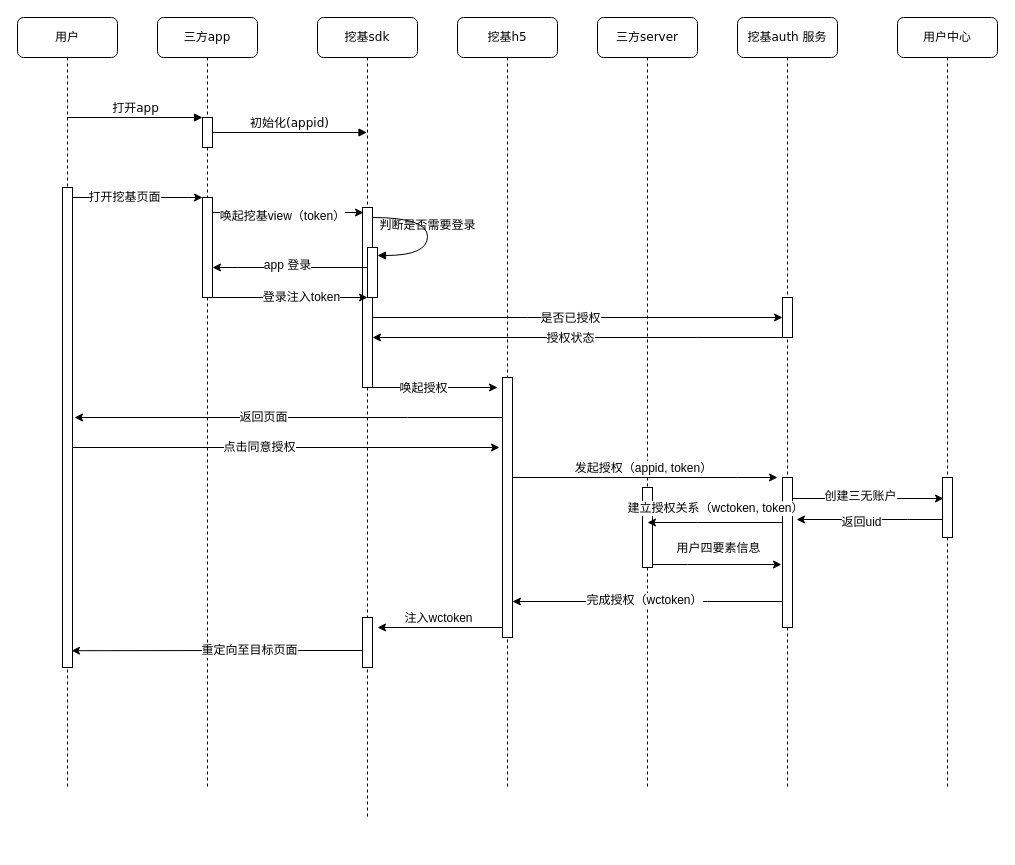
This is sdk-授权接入.drawio from ytyszxf/angular2-webpack-starter, a draw.io file, before an edit. Source tidied: cells renumbered, new cells numbered last; positions are measured from the earlier drawing's top-left corner, leaving out a move shared by most shapes. Both pictures are drawn from the tidied source at 100%, with x=0, y=0 at pixel (17, 17).
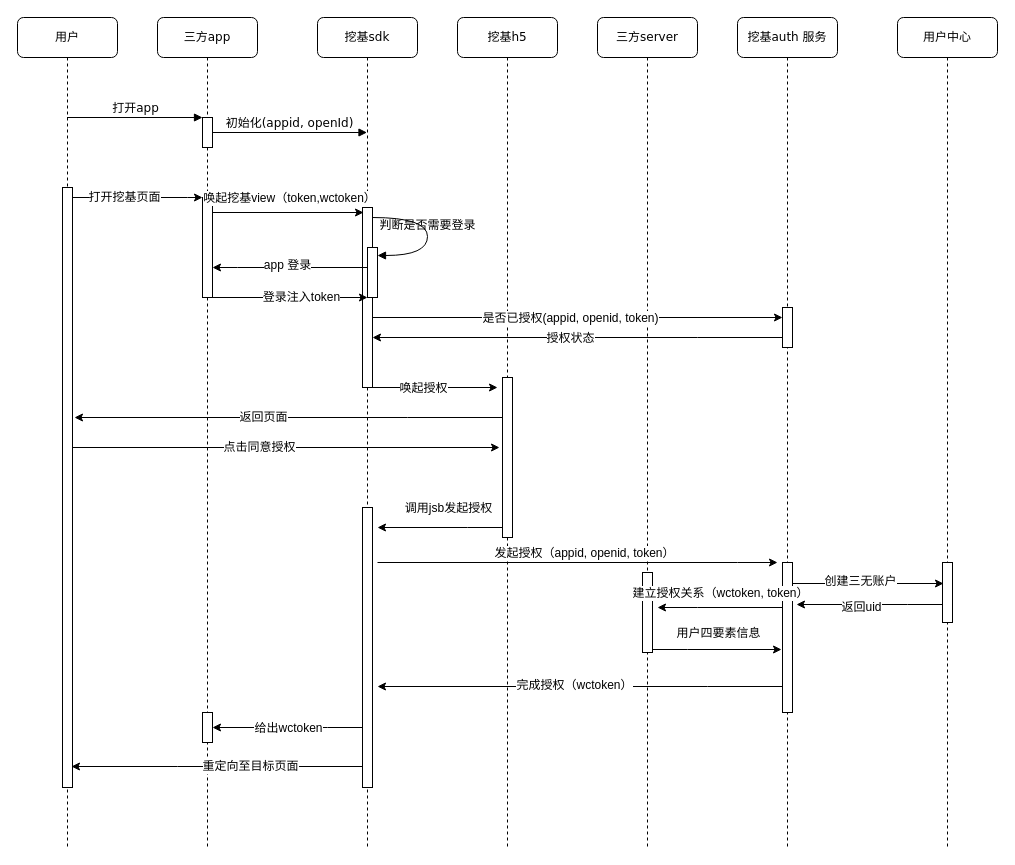
After the change.

Unchanged cells that the change refers to:
```xml
<mxCell id="3" style="html=1;points=[];perimeter=orthogonalPerimeter;rounded=0;shadow=0;comic=0;labelBackgroundColor=none;strokeColor=#000000;strokeWidth=1;fillColor=#FFFFFF;fontFamily=Verdana;fontSize=12;fontColor=#000000;align=center;" parent="2" vertex="1">
  <mxGeometry x="45" y="100" width="10" height="30" as="geometry" />
</mxCell>
<mxCell id="21" style="edgeStyle=orthogonalEdgeStyle;rounded=0;jettySize=auto;html=1;" parent="1" edge="1" source="4">
  <mxGeometry relative="1" as="geometry">
    <mxPoint x="346" y="195" as="targetPoint" />
    <Array as="points">
      <mxPoint x="346" y="195" />
    </Array>
  </mxGeometry>
</mxCell>
<mxCell id="27" style="edgeStyle=orthogonalEdgeStyle;rounded=0;jettySize=auto;html=1;" parent="1" edge="1" source="6" target="13">
  <mxGeometry relative="1" as="geometry">
    <Array as="points">
      <mxPoint x="510" y="300" />
      <mxPoint x="510" y="300" />
    </Array>
  </mxGeometry>
</mxCell>
```

Diff of the diagram source:
```diff
@@
     <mxCell id="2" value="三方app" style="shape=umlLifeline;perimeter=lifelinePerimeter;whiteSpace=wrap;html=1;rounded=1;shadow=0;comic=0;labelBackgroundColor=none;strokeColor=#000000;strokeWidth=1;fillColor=#FFFFFF;fontFamily=Verdana;fontSize=12;fontColor=#000000;align=center;" parent="1" vertex="1">
-      <mxGeometry x="140" width="100" height="770" as="geometry" />
+      <mxGeometry x="140" width="100" height="830" as="geometry" />
     </mxCell>
@@
+    <mxCell id="57" style="html=1;points=[];perimeter=orthogonalPerimeter;rounded=0;shadow=0;comic=0;labelBackgroundColor=none;strokeColor=#000000;strokeWidth=1;fillColor=#FFFFFF;fontFamily=Verdana;fontSize=12;fontColor=#000000;align=center;" parent="2" vertex="1">
+      <mxGeometry x="45" y="695" width="10" height="30" as="geometry" />
+    </mxCell>
     <mxCell id="5" value="挖基sdk" style="shape=umlLifeline;perimeter=lifelinePerimeter;whiteSpace=wrap;html=1;outlineConnect=0;rounded=1;shadow=0;comic=0;labelBackgroundColor=none;strokeColor=#000000;strokeWidth=1;fillColor=#FFFFFF;fontFamily=Verdana;fontSize=12;fontColor=#000000;align=center;" parent="1" vertex="1">
-      <mxGeometry x="300" width="100" height="800" as="geometry" />
+      <mxGeometry x="300" width="100" height="830" as="geometry" />
     </mxCell>
@@
     <mxCell id="7" style="html=1;points=[];perimeter=orthogonalPerimeter;rounded=0;shadow=0;comic=0;labelBackgroundColor=none;strokeColor=#000000;strokeWidth=1;fillColor=#FFFFFF;fontFamily=Verdana;fontSize=12;fontColor=#000000;align=center;" parent="5" vertex="1">
-      <mxGeometry x="45" y="600" width="10" height="50" as="geometry" />
+      <mxGeometry x="45" y="490" width="10" height="280" as="geometry" />
     </mxCell>
     <mxCell id="8" value="挖基h5" style="shape=umlLifeline;perimeter=lifelinePerimeter;whiteSpace=wrap;html=1;rounded=1;shadow=0;comic=0;labelBackgroundColor=none;strokeColor=#000000;strokeWidth=1;fillColor=#FFFFFF;fontFamily=Verdana;fontSize=12;fontColor=#000000;align=center;" parent="1" vertex="1">
-      <mxGeometry x="440" width="100" height="770" as="geometry" />
+      <mxGeometry x="440" width="100" height="830" as="geometry" />
     </mxCell>
     <mxCell id="9" style="html=1;points=[];perimeter=orthogonalPerimeter;rounded=0;shadow=0;comic=0;labelBackgroundColor=none;strokeColor=#000000;strokeWidth=1;fillColor=#FFFFFF;fontFamily=Verdana;fontSize=12;fontColor=#000000;align=center;" parent="8" vertex="1">
-      <mxGeometry x="45" y="360" width="10" height="260" as="geometry" />
+      <mxGeometry x="45" y="360" width="10" height="160" as="geometry" />
     </mxCell>
     <mxCell id="10" value="三方server" style="shape=umlLifeline;perimeter=lifelinePerimeter;whiteSpace=wrap;html=1;rounded=1;shadow=0;comic=0;labelBackgroundColor=none;strokeColor=#000000;strokeWidth=1;fillColor=#FFFFFF;fontFamily=Verdana;fontSize=12;fontColor=#000000;align=center;" parent="1" vertex="1">
-      <mxGeometry x="580" width="100" height="770" as="geometry" />
+      <mxGeometry x="580" width="100" height="830" as="geometry" />
     </mxCell>
     <mxCell id="11" style="html=1;points=[];perimeter=orthogonalPerimeter;rounded=0;shadow=0;comic=0;labelBackgroundColor=none;strokeColor=#000000;strokeWidth=1;fillColor=#FFFFFF;fontFamily=Verdana;fontSize=12;fontColor=#000000;align=center;" parent="10" vertex="1">
-      <mxGeometry x="45" y="470" width="10" height="80" as="geometry" />
+      <mxGeometry x="45" y="555" width="10" height="80" as="geometry" />
     </mxCell>
     <mxCell id="12" value="挖基auth 服务" style="shape=umlLifeline;perimeter=lifelinePerimeter;whiteSpace=wrap;html=1;rounded=1;shadow=0;comic=0;labelBackgroundColor=none;strokeColor=#000000;strokeWidth=1;fillColor=#FFFFFF;fontFamily=Verdana;fontSize=12;fontColor=#000000;align=center;" parent="1" vertex="1">
-      <mxGeometry x="720" width="100" height="770" as="geometry" />
+      <mxGeometry x="720" width="100" height="830" as="geometry" />
     </mxCell>
     <mxCell id="13" style="html=1;points=[];perimeter=orthogonalPerimeter;rounded=0;shadow=0;comic=0;labelBackgroundColor=none;strokeColor=#000000;strokeWidth=1;fillColor=#FFFFFF;fontFamily=Verdana;fontSize=12;fontColor=#000000;align=center;" parent="12" vertex="1">
-      <mxGeometry x="45" y="280" width="10" height="40" as="geometry" />
+      <mxGeometry x="45" y="290" width="10" height="40" as="geometry" />
     </mxCell>
     <mxCell id="14" style="html=1;points=[];perimeter=orthogonalPerimeter;rounded=0;shadow=0;comic=0;labelBackgroundColor=none;strokeColor=#000000;strokeWidth=1;fillColor=#FFFFFF;fontFamily=Verdana;fontSize=12;fontColor=#000000;align=center;" parent="12" vertex="1">
-      <mxGeometry x="45" y="460" width="10" height="150" as="geometry" />
+      <mxGeometry x="45" y="545" width="10" height="150" as="geometry" />
     </mxCell>
@@
     <mxCell id="17" value="用户" style="shape=umlLifeline;perimeter=lifelinePerimeter;whiteSpace=wrap;html=1;outlineConnect=0;rounded=1;shadow=0;comic=0;labelBackgroundColor=none;strokeColor=#000000;strokeWidth=1;fillColor=#FFFFFF;fontFamily=Verdana;fontSize=12;fontColor=#000000;align=center;" parent="1" vertex="1">
-      <mxGeometry width="100" height="770" as="geometry" />
+      <mxGeometry width="100" height="830" as="geometry" />
     </mxCell>
     <mxCell id="18" style="html=1;points=[];perimeter=orthogonalPerimeter;rounded=0;shadow=0;comic=0;labelBackgroundColor=none;strokeColor=#000000;strokeWidth=1;fillColor=#FFFFFF;fontFamily=Verdana;fontSize=12;fontColor=#000000;align=center;" parent="17" vertex="1">
-      <mxGeometry x="45" y="170" width="10" height="480" as="geometry" />
+      <mxGeometry x="45" y="170" width="10" height="600" as="geometry" />
     </mxCell>
@@
-    <mxCell id="20" value="初始化(appid)" style="html=1;verticalAlign=bottom;endArrow=block;labelBackgroundColor=none;fontFamily=Verdana;fontSize=12;edgeStyle=elbowEdgeStyle;elbow=vertical;" parent="1" edge="1" source="3" target="5">
+    <mxCell id="20" value="初始化(appid, openId)" style="html=1;verticalAlign=bottom;endArrow=block;labelBackgroundColor=none;fontFamily=Verdana;fontSize=12;edgeStyle=elbowEdgeStyle;elbow=vertical;" parent="1" edge="1" source="3" target="5">
       <mxGeometry relative="1" as="geometry" />
     </mxCell>
@@
-    <mxCell id="22" value="唤起挖基view（token）" style="text;html=1;align=center;verticalAlign=middle;labelBackgroundColor=#ffffff;" parent="21" vertex="1">
-      <mxGeometry x="-0.09" y="-3" relative="1" as="geometry" />
+    <mxCell id="22" value="唤起挖基view（token,wctoken）" style="text;html=1;align=center;verticalAlign=middle;labelBackgroundColor=#ffffff;" parent="21" vertex="1">
+      <mxGeometry x="-0.09" y="-3" relative="1" as="geometry">
+        <mxPoint x="7" y="-18" as="offset" />
+      </mxGeometry>
     </mxCell>
@@
-    <mxCell id="28" value="是否已授权" style="text;html=1;align=center;verticalAlign=middle;labelBackgroundColor=#ffffff;" parent="27" vertex="1">
+    <mxCell id="28" value="是否已授权(appid, openid, token)" style="text;html=1;align=center;verticalAlign=middle;labelBackgroundColor=#ffffff;" parent="27" vertex="1">
       <mxGeometry x="0.47" y="-104" relative="1" as="geometry">
         <mxPoint x="-104" y="-104" as="offset" />
       </mxGeometry>
     </mxCell>
@@
     <mxCell id="35" style="edgeStyle=orthogonalEdgeStyle;rounded=0;orthogonalLoop=1;jettySize=auto;html=1;" parent="1" edge="1">
       <mxGeometry relative="1" as="geometry">
-        <mxPoint x="495" y="460" as="sourcePoint" />
-        <mxPoint x="760" y="460" as="targetPoint" />
+        <mxPoint x="360" y="545" as="sourcePoint" />
+        <mxPoint x="760" y="545" as="targetPoint" />
         <Array as="points">
-          <mxPoint x="720" y="460" />
-          <mxPoint x="720" y="460" />
+          <mxPoint x="720" y="545" />
+          <mxPoint x="720" y="545" />
         </Array>
       </mxGeometry>
     </mxCell>
-    <mxCell id="36" value="发起授权（appid, token）" style="text;html=1;align=center;verticalAlign=middle;labelBackgroundColor=#ffffff;" parent="35" vertex="1">
+    <mxCell id="36" value="发起授权（appid, openid, token）" style="text;html=1;align=center;verticalAlign=middle;labelBackgroundColor=#ffffff;" parent="35" vertex="1">
       <mxGeometry x="0.12" y="-2" relative="1" as="geometry">
         <mxPoint x="-18" y="-12" as="offset" />
       </mxGeometry>
     </mxCell>
     <mxCell id="37" style="edgeStyle=orthogonalEdgeStyle;rounded=0;jettySize=auto;html=1;" parent="1" edge="1" source="14">
       <mxGeometry relative="1" as="geometry">
-        <mxPoint x="630" y="505" as="targetPoint" />
+        <mxPoint x="640" y="590" as="targetPoint" />
         <Array as="points">
-          <mxPoint x="680" y="505" />
-          <mxPoint x="680" y="505" />
+          <mxPoint x="680" y="590" />
+          <mxPoint x="680" y="590" />
         </Array>
       </mxGeometry>
     </mxCell>
@@
     <mxCell id="39" style="edgeStyle=orthogonalEdgeStyle;rounded=0;jettySize=auto;html=1;" parent="1" edge="1" source="11">
       <mxGeometry relative="1" as="geometry">
-        <mxPoint x="764" y="547" as="targetPoint" />
+        <mxPoint x="764" y="632" as="targetPoint" />
         <Array as="points">
-          <mxPoint x="670" y="547" />
-          <mxPoint x="670" y="547" />
+          <mxPoint x="670" y="632" />
+          <mxPoint x="670" y="632" />
         </Array>
       </mxGeometry>
     </mxCell>
@@
-    <mxCell id="41" style="edgeStyle=orthogonalEdgeStyle;rounded=0;jettySize=auto;html=1;entryX=1;entryY=0.856;entryDx=0;entryDy=0;entryPerimeter=0;" parent="1" edge="1" source="14">
+    <mxCell id="41" style="edgeStyle=orthogonalEdgeStyle;rounded=0;jettySize=auto;html=1;" parent="1" edge="1" source="14">
       <mxGeometry relative="1" as="geometry">
-        <mxPoint x="495" y="584" as="targetPoint" />
+        <mxPoint x="360" y="669" as="targetPoint" />
         <Array as="points">
-          <mxPoint x="690" y="584" />
-          <mxPoint x="690" y="584" />
+          <mxPoint x="690" y="669" />
+          <mxPoint x="690" y="669" />
         </Array>
       </mxGeometry>
     </mxCell>
@@
     <mxCell id="43" value="用户中心" style="shape=umlLifeline;perimeter=lifelinePerimeter;whiteSpace=wrap;html=1;rounded=1;shadow=0;comic=0;labelBackgroundColor=none;strokeColor=#000000;strokeWidth=1;fillColor=#FFFFFF;fontFamily=Verdana;fontSize=12;fontColor=#000000;align=center;" parent="1" vertex="1">
-      <mxGeometry x="880" width="100" height="770" as="geometry" />
+      <mxGeometry x="880" width="100" height="830" as="geometry" />
     </mxCell>
     <mxCell id="44" style="html=1;points=[];perimeter=orthogonalPerimeter;rounded=0;shadow=0;comic=0;labelBackgroundColor=none;strokeColor=#000000;strokeWidth=1;fillColor=#FFFFFF;fontFamily=Verdana;fontSize=12;fontColor=#000000;align=center;" parent="43" vertex="1">
-      <mxGeometry x="45" y="460" width="10" height="60" as="geometry" />
+      <mxGeometry x="45" y="545" width="10" height="60" as="geometry" />
     </mxCell>
     <mxCell id="45" style="edgeStyle=orthogonalEdgeStyle;rounded=0;jettySize=auto;html=1;" parent="1" edge="1" source="14">
       <mxGeometry relative="1" as="geometry">
-        <mxPoint x="926" y="481" as="targetPoint" />
+        <mxPoint x="926" y="566" as="targetPoint" />
         <Array as="points">
-          <mxPoint x="926" y="481" />
+          <mxPoint x="926" y="566" />
         </Array>
       </mxGeometry>
     </mxCell>
@@
     <mxCell id="47" style="edgeStyle=orthogonalEdgeStyle;rounded=0;jettySize=auto;html=1;entryX=1.4;entryY=0.28;entryDx=0;entryDy=0;entryPerimeter=0;" parent="1" edge="1" source="44" target="14">
       <mxGeometry relative="1" as="geometry">
         <Array as="points">
-          <mxPoint x="890" y="502" />
-          <mxPoint x="890" y="502" />
+          <mxPoint x="890" y="587" />
+          <mxPoint x="890" y="587" />
         </Array>
       </mxGeometry>
     </mxCell>
@@
-    <mxCell id="53" style="edgeStyle=orthogonalEdgeStyle;rounded=0;jettySize=auto;html=1;" parent="1" edge="1" source="9">
-      <mxGeometry relative="1" as="geometry">
-        <mxPoint x="360" y="610" as="targetPoint" />
-        <Array as="points">
-          <mxPoint x="360" y="610" />
-        </Array>
-      </mxGeometry>
-    </mxCell>
-    <mxCell id="54" value="注入wctoken" style="text;html=1;align=center;verticalAlign=middle;labelBackgroundColor=#ffffff;" parent="53" vertex="1">
-      <mxGeometry x="0.02" y="3" relative="1" as="geometry">
-        <mxPoint x="-1" y="-13" as="offset" />
-      </mxGeometry>
-    </mxCell>
     <mxCell id="55" style="edgeStyle=orthogonalEdgeStyle;rounded=0;jettySize=auto;html=1;entryX=0.9;entryY=0.965;entryDx=0;entryDy=0;entryPerimeter=0;" parent="1" edge="1" source="7" target="18">
       <mxGeometry relative="1" as="geometry">
         <Array as="points">
-          <mxPoint x="250" y="633" />
-          <mxPoint x="250" y="633" />
+          <mxPoint x="160" y="749" />
+          <mxPoint x="160" y="749" />
         </Array>
       </mxGeometry>
     </mxCell>
@@
+    <mxCell id="58" style="edgeStyle=orthogonalEdgeStyle;rounded=0;jettySize=auto;html=1;" parent="1" edge="1" source="9">
+      <mxGeometry relative="1" as="geometry">
+        <mxPoint x="360" y="510" as="targetPoint" />
+        <Array as="points">
+          <mxPoint x="450" y="510" />
+          <mxPoint x="450" y="510" />
+        </Array>
+      </mxGeometry>
+    </mxCell>
+    <mxCell id="59" value="调用jsb发起授权" style="text;html=1;align=center;verticalAlign=middle;labelBackgroundColor=#ffffff;" parent="58" vertex="1">
+      <mxGeometry x="-0.04" y="2" relative="1" as="geometry">
+        <mxPoint x="5" y="-22" as="offset" />
+      </mxGeometry>
+    </mxCell>
+    <mxCell id="60" style="edgeStyle=orthogonalEdgeStyle;rounded=0;jettySize=auto;html=1;" parent="1" edge="1" source="7" target="57">
+      <mxGeometry relative="1" as="geometry">
+        <Array as="points">
+          <mxPoint x="310" y="710" />
+          <mxPoint x="310" y="710" />
+        </Array>
+      </mxGeometry>
+    </mxCell>
+    <mxCell id="61" value="给出wctoken" style="text;html=1;align=center;verticalAlign=middle;labelBackgroundColor=#ffffff;" parent="60" vertex="1">
+      <mxGeometry x="0.2" y="-2" relative="1" as="geometry">
+        <mxPoint x="15" y="2" as="offset" />
+      </mxGeometry>
+    </mxCell>
```
